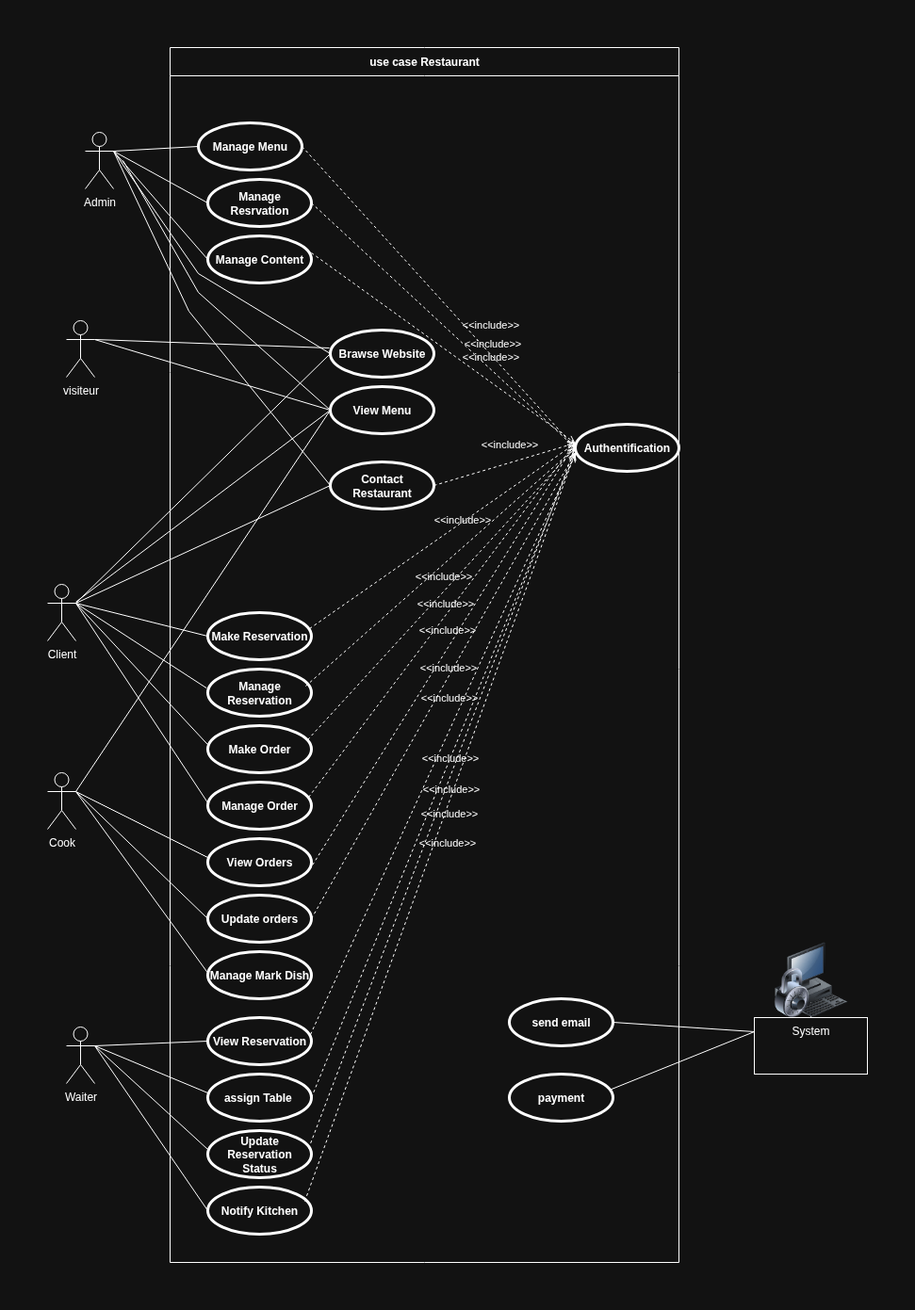
Earlier version of the draw.io export Use_case_Restaurant.drawio.png (ELMAKHTARLAARIF/Gestion_restaurant). Source tidied: cells renumbered, new cells last; positions are measured from the earlier drawing's top-left corner, leaving out a move shared by most shapes.
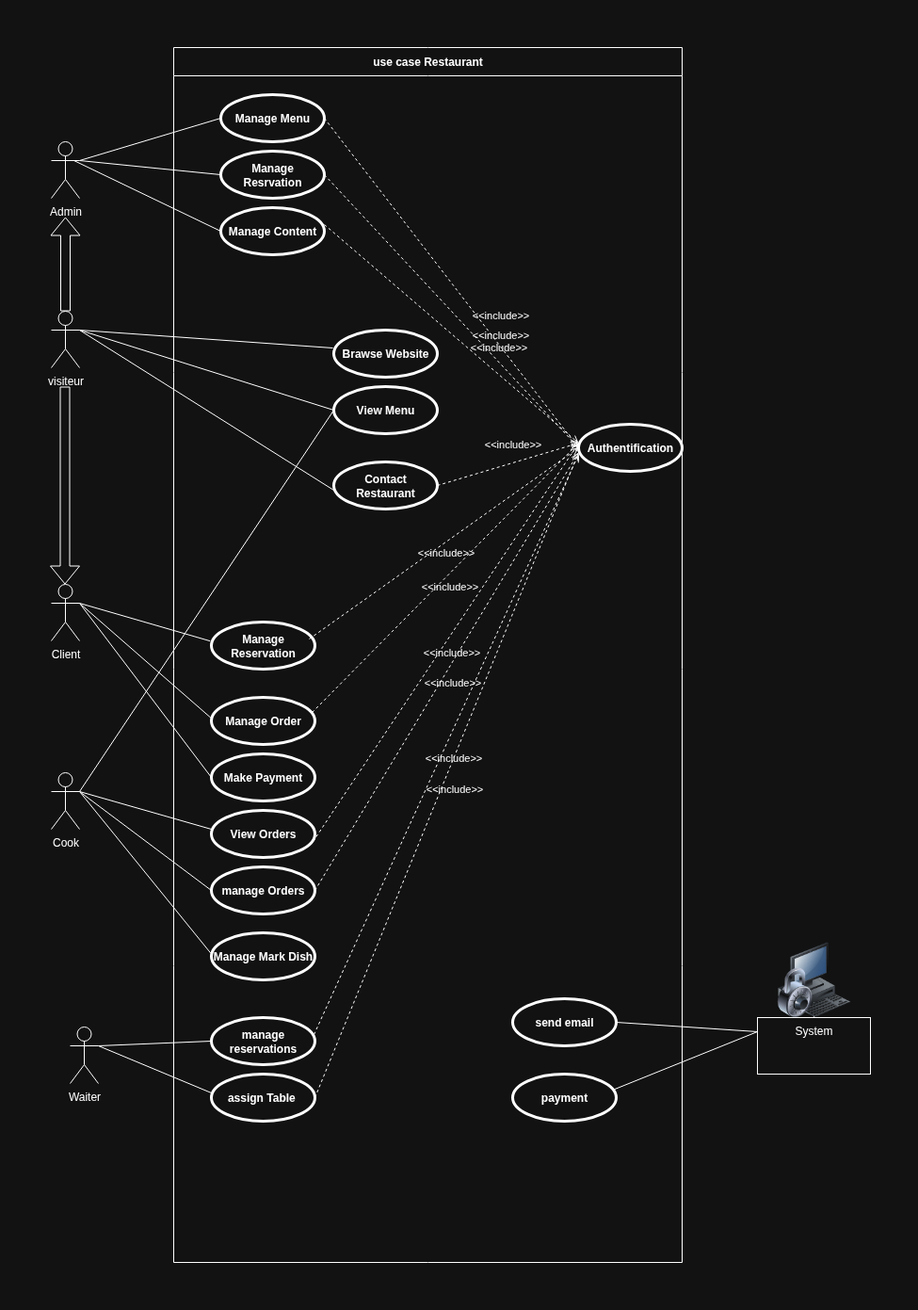
The same diagram one commit later.

Change to the diagram source:
```diff
@@ -3,7 +3,7 @@
     <mxCell id="0" />
     <mxCell id="1" parent="0" />
     <mxCell id="2" value="Admin" style="shape=umlActor;html=1;verticalLabelPosition=bottom;verticalAlign=top;align=center;direction=east;" parent="1" vertex="1">
-      <mxGeometry x="40" y="90" width="30" height="60" as="geometry" />
+      <mxGeometry y="100" width="30" height="60" as="geometry" />
     </mxCell>
     <mxCell id="3" style="edgeStyle=none;html=1;endArrow=none;verticalAlign=bottom;rounded=0;exitX=1;exitY=0.3333333333333333;exitDx=0;exitDy=0;exitPerimeter=0;entryX=0;entryY=0.5;entryDx=0;entryDy=0;" parent="1" edge="1" source="2" target="37">
       <mxGeometry relative="1" as="geometry" />
@@ -15,10 +15,10 @@
       <mxGeometry x="430" y="400" width="110" height="50" as="geometry" />
     </mxCell>
     <mxCell id="6" value="Manage Resrvation" style="shape=ellipse;html=1;strokeWidth=3;fontStyle=1;whiteSpace=wrap;align=center;perimeter=ellipsePerimeter;" parent="4" vertex="1">
-      <mxGeometry x="40" y="140" width="110" height="50" as="geometry" />
+      <mxGeometry x="50" y="110" width="110" height="50" as="geometry" />
     </mxCell>
     <mxCell id="7" value="Manage Content" style="shape=ellipse;html=1;strokeWidth=3;fontStyle=1;whiteSpace=wrap;align=center;perimeter=ellipsePerimeter;" parent="4" vertex="1">
-      <mxGeometry x="40" y="200" width="110" height="50" as="geometry" />
+      <mxGeometry x="50" y="170" width="110" height="50" as="geometry" />
     </mxCell>
     <mxCell id="8" value="View Menu" style="shape=ellipse;html=1;strokeWidth=3;fontStyle=1;whiteSpace=wrap;align=center;perimeter=ellipsePerimeter;" parent="4" vertex="1">
       <mxGeometry x="170" y="360" width="110" height="50" as="geometry" />
@@ -26,39 +26,27 @@
     <mxCell id="9" value="Contact Restaurant" style="shape=ellipse;html=1;strokeWidth=3;fontStyle=1;whiteSpace=wrap;align=center;perimeter=ellipsePerimeter;" parent="4" vertex="1">
       <mxGeometry x="170" y="440" width="110" height="50" as="geometry" />
     </mxCell>
-    <mxCell id="10" value="Make Reservation" style="shape=ellipse;html=1;strokeWidth=3;fontStyle=1;whiteSpace=wrap;align=center;perimeter=ellipsePerimeter;" parent="4" vertex="1">
-      <mxGeometry x="40" y="600" width="110" height="50" as="geometry" />
-    </mxCell>
     <mxCell id="11" value="Manage Reservation" style="shape=ellipse;html=1;strokeWidth=3;fontStyle=1;whiteSpace=wrap;align=center;perimeter=ellipsePerimeter;" parent="4" vertex="1">
-      <mxGeometry x="40" y="660" width="110" height="50" as="geometry" />
+      <mxGeometry x="40" y="610" width="110" height="50" as="geometry" />
     </mxCell>
     <mxCell id="12" value="View Orders" style="shape=ellipse;html=1;strokeWidth=3;fontStyle=1;whiteSpace=wrap;align=center;perimeter=ellipsePerimeter;" parent="4" vertex="1">
-      <mxGeometry x="40" y="840" width="110" height="50" as="geometry" />
+      <mxGeometry x="40" y="810" width="110" height="50" as="geometry" />
     </mxCell>
-    <mxCell id="13" value="Update orders" style="shape=ellipse;html=1;strokeWidth=3;fontStyle=1;whiteSpace=wrap;align=center;perimeter=ellipsePerimeter;" parent="4" vertex="1">
-      <mxGeometry x="40" y="900" width="110" height="50" as="geometry" />
+    <mxCell id="13" value="manage Orders" style="shape=ellipse;html=1;strokeWidth=3;fontStyle=1;whiteSpace=wrap;align=center;perimeter=ellipsePerimeter;" parent="4" vertex="1">
+      <mxGeometry x="40" y="870" width="110" height="50" as="geometry" />
     </mxCell>
     <mxCell id="14" value="Manage Mark Dish" style="shape=ellipse;html=1;strokeWidth=3;fontStyle=1;whiteSpace=wrap;align=center;perimeter=ellipsePerimeter;" parent="4" vertex="1">
-      <mxGeometry x="40" y="960" width="110" height="50" as="geometry" />
+      <mxGeometry x="40" y="940" width="110" height="50" as="geometry" />
     </mxCell>
-    <mxCell id="15" value="View Reservation" style="shape=ellipse;html=1;strokeWidth=3;fontStyle=1;whiteSpace=wrap;align=center;perimeter=ellipsePerimeter;" parent="4" vertex="1">
+    <mxCell id="15" value="manage reservations" style="shape=ellipse;html=1;strokeWidth=3;fontStyle=1;whiteSpace=wrap;align=center;perimeter=ellipsePerimeter;" parent="4" vertex="1">
       <mxGeometry x="40" y="1030" width="110" height="50" as="geometry" />
     </mxCell>
     <mxCell id="16" value="assign Table&amp;nbsp;" style="shape=ellipse;html=1;strokeWidth=3;fontStyle=1;whiteSpace=wrap;align=center;perimeter=ellipsePerimeter;" parent="4" vertex="1">
       <mxGeometry x="40" y="1090" width="110" height="50" as="geometry" />
     </mxCell>
-    <mxCell id="17" value="Make Order" style="shape=ellipse;html=1;strokeWidth=3;fontStyle=1;whiteSpace=wrap;align=center;perimeter=ellipsePerimeter;" parent="4" vertex="1">
-      <mxGeometry x="40" y="720" width="110" height="50" as="geometry" />
-    </mxCell>
     <mxCell id="18" value="Manage Order" style="shape=ellipse;html=1;strokeWidth=3;fontStyle=1;whiteSpace=wrap;align=center;perimeter=ellipsePerimeter;" parent="4" vertex="1">
-      <mxGeometry x="40" y="780" width="110" height="50" as="geometry" />
+      <mxGeometry x="40" y="690" width="110" height="50" as="geometry" />
     </mxCell>
-    <mxCell id="19" value="Update Reservation Status" style="shape=ellipse;html=1;strokeWidth=3;fontStyle=1;whiteSpace=wrap;align=center;perimeter=ellipsePerimeter;" parent="4" vertex="1">
-      <mxGeometry x="40" y="1150" width="110" height="50" as="geometry" />
-    </mxCell>
-    <mxCell id="20" value="Notify Kitchen" style="shape=ellipse;html=1;strokeWidth=3;fontStyle=1;whiteSpace=wrap;align=center;perimeter=ellipsePerimeter;" parent="4" vertex="1">
-      <mxGeometry x="40" y="1210" width="110" height="50" as="geometry" />
-    </mxCell>
     <mxCell id="21" value="Brawse Website" style="shape=ellipse;html=1;strokeWidth=3;fontStyle=1;whiteSpace=wrap;align=center;perimeter=ellipsePerimeter;" parent="4" vertex="1">
       <mxGeometry x="170" y="300" width="110" height="50" as="geometry" />
     </mxCell>
@@ -76,15 +64,9 @@
         <mxPoint y="1" as="offset" />
       </mxGeometry>
     </mxCell>
-    <mxCell id="25" value="&amp;lt;&amp;lt;include&amp;gt;&amp;gt;" style="edgeStyle=none;html=1;endArrow=open;verticalAlign=bottom;dashed=1;labelBackgroundColor=none;rounded=0;exitX=0.982;exitY=0.34;exitDx=0;exitDy=0;exitPerimeter=0;entryX=0.018;entryY=0.38;entryDx=0;entryDy=0;entryPerimeter=0;" parent="4" edge="1" source="10" target="5">
-      <mxGeometry x="0.12" y="-5" relative="1" as="geometry" />
-    </mxCell>
     <mxCell id="26" value="&amp;lt;&amp;lt;include&amp;gt;&amp;gt;" style="edgeStyle=none;html=1;endArrow=open;verticalAlign=bottom;dashed=1;labelBackgroundColor=none;rounded=0;exitX=0.945;exitY=0.36;exitDx=0;exitDy=0;exitPerimeter=0;entryX=0;entryY=0.5;entryDx=0;entryDy=0;" parent="4" edge="1" source="11" target="5">
       <mxGeometry x="-0.05" y="-16" relative="1" as="geometry" />
     </mxCell>
-    <mxCell id="27" value="&amp;lt;&amp;lt;include&amp;gt;&amp;gt;" style="edgeStyle=none;html=1;endArrow=open;verticalAlign=bottom;dashed=1;labelBackgroundColor=none;rounded=0;exitX=0.964;exitY=0.3;exitDx=0;exitDy=0;exitPerimeter=0;entryX=0;entryY=0.5;entryDx=0;entryDy=0;" parent="4" edge="1" source="17" target="5">
-      <mxGeometry x="-0.05" y="-16" relative="1" as="geometry" />
-    </mxCell>
     <mxCell id="28" value="&amp;lt;&amp;lt;include&amp;gt;&amp;gt;" style="edgeStyle=none;html=1;endArrow=open;verticalAlign=bottom;dashed=1;labelBackgroundColor=none;rounded=0;exitX=0.973;exitY=0.32;exitDx=0;exitDy=0;exitPerimeter=0;" parent="4" edge="1" source="18">
       <mxGeometry x="-0.05" y="-16" relative="1" as="geometry">
         <mxPoint x="430" y="420" as="targetPoint" />
@@ -108,23 +90,21 @@
         <mxPoint x="430" y="430" as="targetPoint" />
       </mxGeometry>
     </mxCell>
-    <mxCell id="33" value="&amp;lt;&amp;lt;include&amp;gt;&amp;gt;" style="edgeStyle=none;html=1;endArrow=open;verticalAlign=bottom;dashed=1;labelBackgroundColor=none;rounded=0;exitX=0.973;exitY=0.38;exitDx=0;exitDy=0;exitPerimeter=0;entryX=0;entryY=0.5;entryDx=0;entryDy=0;" parent="4" edge="1" source="19" target="5">
-      <mxGeometry x="-0.05" y="-16" relative="1" as="geometry" />
-    </mxCell>
-    <mxCell id="34" value="&amp;lt;&amp;lt;include&amp;gt;&amp;gt;" style="edgeStyle=none;html=1;endArrow=open;verticalAlign=bottom;dashed=1;labelBackgroundColor=none;rounded=0;exitX=0.936;exitY=0.3;exitDx=0;exitDy=0;exitPerimeter=0;" parent="4" edge="1" source="20">
-      <mxGeometry x="-0.05" y="-16" relative="1" as="geometry">
-        <mxPoint x="430" y="430" as="targetPoint" />
-      </mxGeometry>
-    </mxCell>
     <mxCell id="35" value="send email" style="shape=ellipse;html=1;strokeWidth=3;fontStyle=1;whiteSpace=wrap;align=center;perimeter=ellipsePerimeter;" parent="4" vertex="1">
       <mxGeometry x="360" y="1010" width="110" height="50" as="geometry" />
     </mxCell>
     <mxCell id="36" value="payment" style="shape=ellipse;html=1;strokeWidth=3;fontStyle=1;whiteSpace=wrap;align=center;perimeter=ellipsePerimeter;" parent="4" vertex="1">
       <mxGeometry x="360" y="1090" width="110" height="50" as="geometry" />
     </mxCell>
-    <mxCell id="37" value="Manage Menu" style="shape=ellipse;html=1;strokeWidth=3;fontStyle=1;whiteSpace=wrap;align=center;perimeter=ellipsePerimeter;" parent="1" vertex="1">
-      <mxGeometry x="160" y="80" width="110" height="50" as="geometry" />
+    <mxCell id="37" value="Manage Menu" style="shape=ellipse;html=1;strokeWidth=3;fontStyle=1;whiteSpace=wrap;align=center;perimeter=ellipsePerimeter;" parent="4" vertex="1">
+      <mxGeometry x="50" y="50" width="110" height="50" as="geometry" />
     </mxCell>
+    <mxCell id="64" value="&amp;lt;&amp;lt;include&amp;gt;&amp;gt;" style="edgeStyle=none;html=1;endArrow=open;verticalAlign=bottom;dashed=1;labelBackgroundColor=none;rounded=0;exitX=1;exitY=0.5;exitDx=0;exitDy=0;entryX=0;entryY=0.5;entryDx=0;entryDy=0;" parent="4" edge="1" source="37" target="5">
+      <mxGeometry x="0.3" y="15" relative="1" as="geometry" />
+    </mxCell>
+    <mxCell id="70" value="Make Payment" style="shape=ellipse;html=1;strokeWidth=3;fontStyle=1;whiteSpace=wrap;align=center;perimeter=ellipsePerimeter;" parent="4" vertex="1">
+      <mxGeometry x="40" y="750" width="110" height="50" as="geometry" />
+    </mxCell>
     <mxCell id="38" value="Client" style="shape=umlActor;html=1;verticalLabelPosition=bottom;verticalAlign=top;align=center;" parent="1" vertex="1">
       <mxGeometry y="570" width="30" height="60" as="geometry" />
     </mxCell>
@@ -137,46 +117,14 @@
     <mxCell id="41" style="edgeStyle=none;html=1;endArrow=none;verticalAlign=bottom;rounded=0;exitX=1;exitY=0.3333333333333333;exitDx=0;exitDy=0;exitPerimeter=0;entryX=0;entryY=0.5;entryDx=0;entryDy=0;" parent="1" edge="1" source="2" target="6">
       <mxGeometry relative="1" as="geometry" />
     </mxCell>
-    <mxCell id="42" style="edgeStyle=none;html=1;endArrow=none;verticalAlign=bottom;rounded=0;entryX=0;entryY=0.5;entryDx=0;entryDy=0;" parent="1" edge="1" target="7">
-      <mxGeometry relative="1" as="geometry">
-        <mxPoint x="70" y="110" as="sourcePoint" />
-      </mxGeometry>
+    <mxCell id="42" style="edgeStyle=none;html=1;endArrow=none;verticalAlign=bottom;rounded=0;entryX=0;entryY=0.5;entryDx=0;entryDy=0;exitX=0.8;exitY=0.333;exitDx=0;exitDy=0;exitPerimeter=0;" parent="1" edge="1" source="2" target="7">
+      <mxGeometry relative="1" as="geometry" />
     </mxCell>
-    <mxCell id="43" style="endArrow=none;html=1;rounded=0;entryX=0;entryY=0.5;entryDx=0;entryDy=0;" parent="1" edge="1" target="21">
-      <mxGeometry relative="1" as="geometry">
-        <mxPoint x="70" y="110" as="sourcePoint" />
-        <Array as="points">
-          <mxPoint x="160" y="240" />
-        </Array>
-      </mxGeometry>
-    </mxCell>
-    <mxCell id="44" style="endArrow=none;html=1;rounded=0;exitX=1;exitY=0.3333333333333333;exitDx=0;exitDy=0;exitPerimeter=0;entryX=0;entryY=0.5;entryDx=0;entryDy=0;" parent="1" edge="1" source="38" target="10">
-      <mxGeometry relative="1" as="geometry" />
-    </mxCell>
-    <mxCell id="45" style="endArrow=none;html=1;rounded=0;entryX=0;entryY=0.5;entryDx=0;entryDy=0;" parent="1" edge="1" target="8">
-      <mxGeometry relative="1" as="geometry">
-        <mxPoint x="80" y="120" as="sourcePoint" />
-        <Array as="points">
-          <mxPoint x="160" y="260" />
-        </Array>
-      </mxGeometry>
-    </mxCell>
-    <mxCell id="46" style="endArrow=none;html=1;rounded=0;entryX=0;entryY=0.5;entryDx=0;entryDy=0;" parent="1" edge="1" target="9">
-      <mxGeometry relative="1" as="geometry">
-        <mxPoint x="70" y="110" as="sourcePoint" />
-        <Array as="points">
-          <mxPoint x="150" y="280" />
-        </Array>
-      </mxGeometry>
-    </mxCell>
     <mxCell id="47" style="endArrow=none;html=1;rounded=0;entryX=-0.011;entryY=0.404;entryDx=0;entryDy=0;entryPerimeter=0;" parent="1" edge="1" target="11">
       <mxGeometry relative="1" as="geometry">
         <mxPoint x="30" y="590" as="sourcePoint" />
       </mxGeometry>
     </mxCell>
-    <mxCell id="48" style="endArrow=none;html=1;rounded=0;entryX=0;entryY=0.404;entryDx=0;entryDy=0;entryPerimeter=0;exitX=1;exitY=0.3333333333333333;exitDx=0;exitDy=0;exitPerimeter=0;" parent="1" edge="1" source="38" target="17">
-      <mxGeometry relative="1" as="geometry" />
-    </mxCell>
     <mxCell id="49" style="endArrow=none;html=1;rounded=0;entryX=0.004;entryY=0.452;entryDx=0;entryDy=0;entryPerimeter=0;" parent="1" edge="1" target="18">
       <mxGeometry relative="1" as="geometry">
         <mxPoint x="30" y="590" as="sourcePoint" />
@@ -203,42 +151,20 @@
         <mxPoint x="50" y="1060" as="sourcePoint" />
       </mxGeometry>
     </mxCell>
-    <mxCell id="55" style="endArrow=none;html=1;rounded=0;entryX=0;entryY=0.4;entryDx=0;entryDy=0;entryPerimeter=0;" parent="1" edge="1" target="19">
-      <mxGeometry relative="1" as="geometry">
-        <mxPoint x="50" y="1060" as="sourcePoint" />
-      </mxGeometry>
-    </mxCell>
-    <mxCell id="56" style="endArrow=none;html=1;rounded=0;entryX=0;entryY=0.5;entryDx=0;entryDy=0;" parent="1" edge="1" target="20">
-      <mxGeometry relative="1" as="geometry">
-        <mxPoint x="50" y="1060" as="sourcePoint" />
-      </mxGeometry>
-    </mxCell>
     <mxCell id="57" style="endArrow=none;html=1;rounded=0;exitX=1;exitY=0.3333333333333333;exitDx=0;exitDy=0;exitPerimeter=0;entryX=0;entryY=0.5;entryDx=0;entryDy=0;" parent="1" edge="1" source="39" target="8">
       <mxGeometry relative="1" as="geometry" />
     </mxCell>
-    <mxCell id="58" style="endArrow=none;html=1;rounded=0;entryX=0;entryY=0.5;entryDx=0;entryDy=0;" parent="1" edge="1" source="38" target="8">
-      <mxGeometry relative="1" as="geometry" />
-    </mxCell>
-    <mxCell id="59" style="endArrow=none;html=1;rounded=0;entryX=0;entryY=0.5;entryDx=0;entryDy=0;exitX=1;exitY=0.3333333333333333;exitDx=0;exitDy=0;exitPerimeter=0;" parent="1" edge="1" source="38" target="21">
-      <mxGeometry relative="1" as="geometry" />
-    </mxCell>
-    <mxCell id="60" style="endArrow=none;html=1;rounded=0;entryX=0;entryY=0.5;entryDx=0;entryDy=0;exitX=1;exitY=0.3333333333333333;exitDx=0;exitDy=0;exitPerimeter=0;" parent="1" edge="1" source="38" target="9">
-      <mxGeometry relative="1" as="geometry" />
-    </mxCell>
     <mxCell id="61" value="visiteur" style="shape=umlActor;html=1;verticalLabelPosition=bottom;verticalAlign=top;align=center;" parent="1" vertex="1">
-      <mxGeometry x="20" y="290" width="30" height="60" as="geometry" />
+      <mxGeometry y="280" width="30" height="60" as="geometry" />
     </mxCell>
     <mxCell id="62" style="endArrow=none;html=1;rounded=0;exitX=1;exitY=0.3333333333333333;exitDx=0;exitDy=0;exitPerimeter=0;entryX=-0.009;entryY=0.38;entryDx=0;entryDy=0;entryPerimeter=0;" parent="1" edge="1" source="61" target="21">
       <mxGeometry relative="1" as="geometry" />
     </mxCell>
     <mxCell id="63" style="endArrow=none;html=1;rounded=0;entryX=0;entryY=0.5;entryDx=0;entryDy=0;" parent="1" edge="1" target="8">
       <mxGeometry relative="1" as="geometry">
-        <mxPoint x="50" y="310" as="sourcePoint" />
+        <mxPoint x="30" y="300" as="sourcePoint" />
       </mxGeometry>
     </mxCell>
-    <mxCell id="64" value="&amp;lt;&amp;lt;include&amp;gt;&amp;gt;" style="edgeStyle=none;html=1;endArrow=open;verticalAlign=bottom;dashed=1;labelBackgroundColor=none;rounded=0;exitX=1;exitY=0.5;exitDx=0;exitDy=0;entryX=0;entryY=0.5;entryDx=0;entryDy=0;" parent="1" edge="1" source="37" target="5">
-      <mxGeometry x="0.3" y="15" relative="1" as="geometry" />
-    </mxCell>
     <mxCell id="65" style="edgeStyle=orthogonalEdgeStyle;rounded=0;jettySize=auto;html=1;" parent="1" edge="1" source="66" target="67">
       <mxGeometry relative="1" as="geometry" />
     </mxCell>
@@ -254,5 +180,25 @@
     <mxCell id="69" style="endArrow=none;html=1;rounded=0;entryX=0;entryY=0.25;entryDx=0;entryDy=0;exitX=0.964;exitY=0.34;exitDx=0;exitDy=0;exitPerimeter=0;" parent="1" edge="1" source="36" target="67">
       <mxGeometry relative="1" as="geometry" />
     </mxCell>
+    <mxCell id="71" style="shape=flexArrow;endArrow=classic;html=1;rounded=0;" parent="1" edge="1">
+      <mxGeometry relative="1" as="geometry">
+        <mxPoint x="14.5" y="360" as="sourcePoint" />
+        <mxPoint x="14.5" y="570" as="targetPoint" />
+      </mxGeometry>
+    </mxCell>
+    <mxCell id="72" style="endArrow=none;html=1;rounded=0;" parent="1" edge="1">
+      <mxGeometry relative="1" as="geometry">
+        <mxPoint x="30" y="300" as="sourcePoint" />
+        <mxPoint x="300" y="470" as="targetPoint" />
+      </mxGeometry>
+    </mxCell>
+    <mxCell id="73" style="shape=flexArrow;endArrow=classic;html=1;rounded=0;exitX=0.5;exitY=0;exitDx=0;exitDy=0;exitPerimeter=0;" parent="1" edge="1" source="61">
+      <mxGeometry relative="1" as="geometry">
+        <mxPoint x="15" y="180" as="targetPoint" />
+      </mxGeometry>
+    </mxCell>
+    <mxCell id="74" style="endArrow=none;html=1;rounded=0;entryX=0;entryY=0.5;entryDx=0;entryDy=0;exitX=1;exitY=0.3333333333333333;exitDx=0;exitDy=0;exitPerimeter=0;" parent="1" edge="1" source="38" target="70">
+      <mxGeometry relative="1" as="geometry" />
+    </mxCell>
   </root>
 </mxGraphModel>
```
